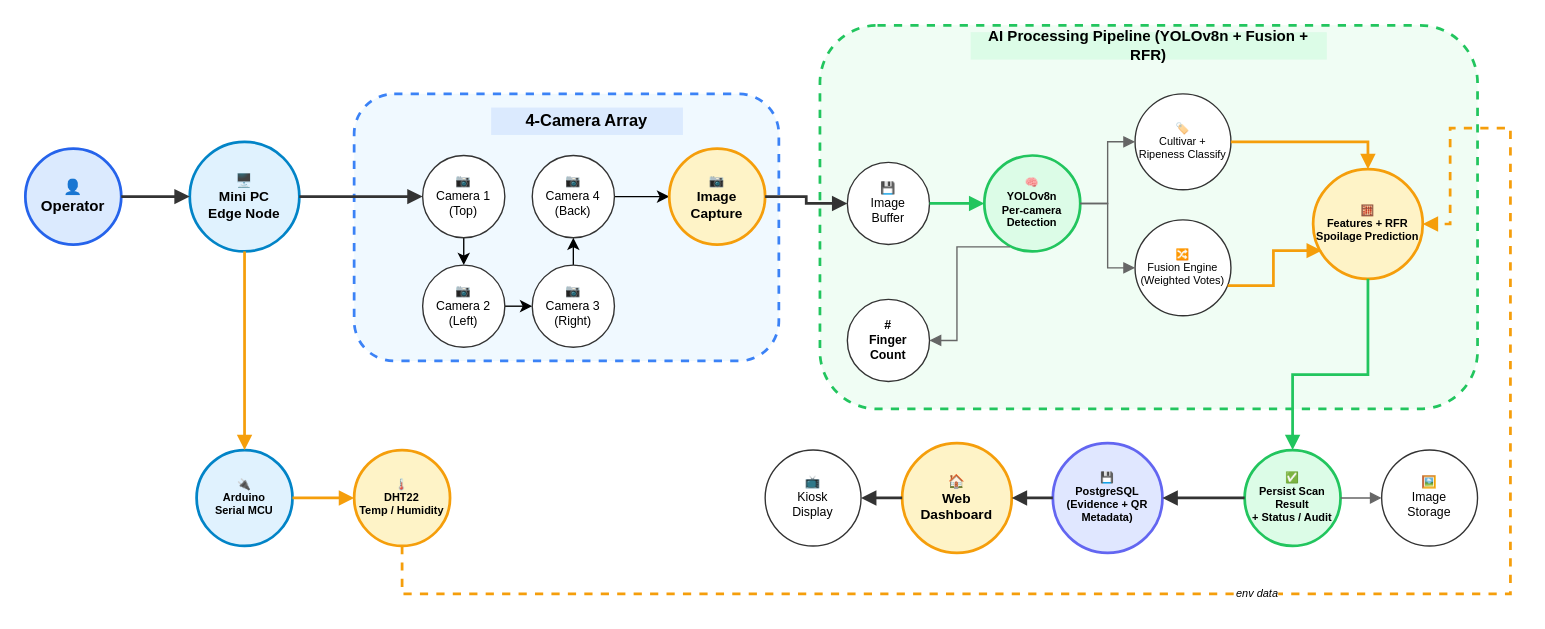
The draw.io diagram docs/bananavision-docs/docs/workflows/workflow_iot.drawio in BlackShark404/BananaVision, before the edit. Source tidied: cells renumbered, new cells numbered last; positions are measured from the earlier drawing's top-left corner, leaving out a move shared by most shapes. Both pictures are drawn from the tidied source at 137%, with x=0, y=0 at pixel (25, 25).
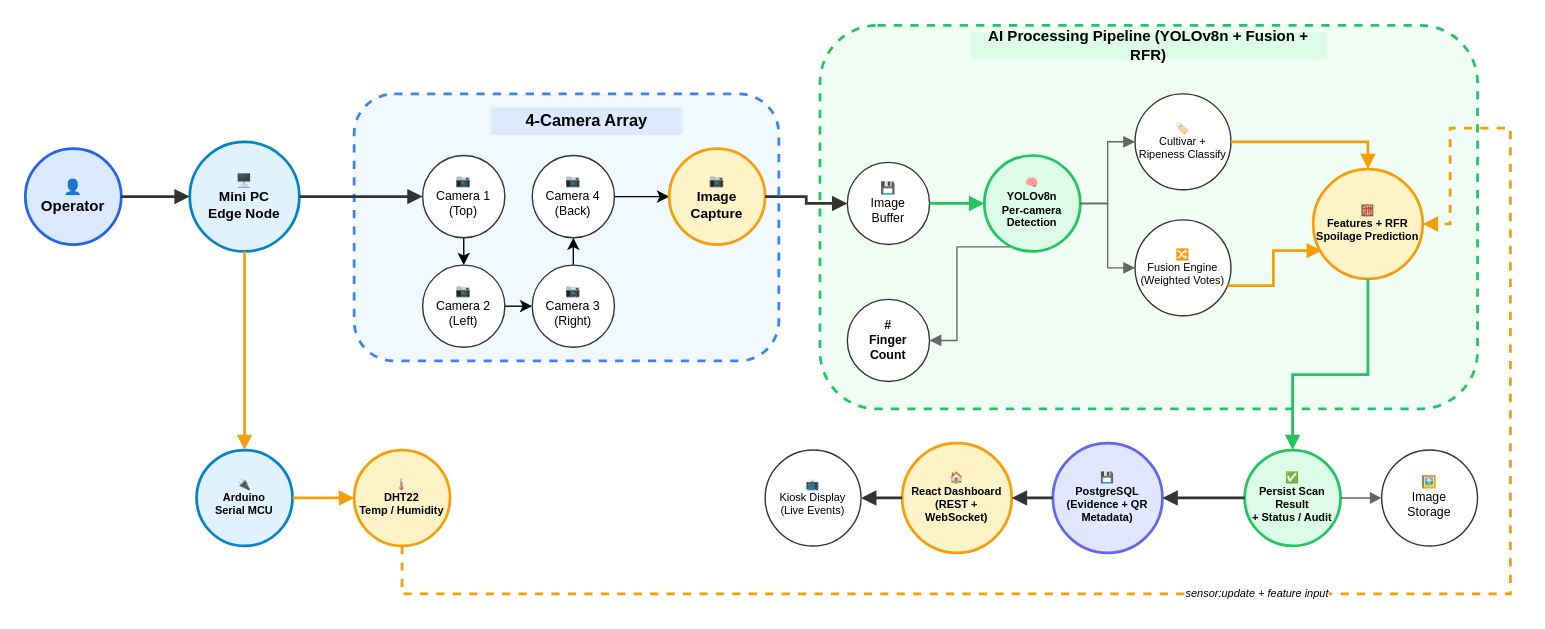
After the change.

Commit message (it also covers changes not shown here):
Refresh BananaVision workflow docs

The change refers to these unchanged cells:
```xml
<mxCell id="22" value="🧮&lt;br&gt;Features + RFR&lt;br&gt;Spoilage Prediction" style="ellipse;whiteSpace=wrap;html=1;fillColor=#fef3c7;strokeColor=#f59e0b;strokeWidth=2;fontSize=8;fontStyle=1;" parent="1" vertex="1">
  <mxGeometry x="940" y="105" width="80" height="80" as="geometry" />
</mxCell>
<mxCell id="29" value="🌡️&lt;br&gt;DHT22&lt;br&gt;Temp / Humidity" style="ellipse;whiteSpace=wrap;html=1;fillColor=#fef3c7;strokeColor=#f59e0b;strokeWidth=2;fontSize=8;fontStyle=1;" parent="1" vertex="1">
  <mxGeometry x="240" y="310" width="70" height="70" as="geometry" />
</mxCell>
```

What changed in the source:
```diff
@@
-    <mxCell id="26" value="🏠&lt;br&gt;Web&lt;br&gt;Dashboard" style="ellipse;whiteSpace=wrap;html=1;fillColor=#fef3c7;strokeColor=#f59e0b;strokeWidth=2;fontSize=10;fontStyle=1;" parent="1" vertex="1">
+    <mxCell id="26" value="🏠&lt;br&gt;React Dashboard&lt;br&gt;(REST + WebSocket)" style="ellipse;whiteSpace=wrap;html=1;fillColor=#fef3c7;strokeColor=#f59e0b;strokeWidth=2;fontSize=8;fontStyle=1;" parent="1" vertex="1">
       <mxGeometry x="640" y="305" width="80" height="80" as="geometry" />
     </mxCell>
-    <mxCell id="27" value="📺&lt;br&gt;Kiosk&lt;br&gt;Display" style="ellipse;whiteSpace=wrap;html=1;fillColor=#ffffff;strokeColor=#333333;strokeWidth=1;fontSize=9;" parent="1" vertex="1">
+    <mxCell id="27" value="📺&lt;br&gt;Kiosk Display&lt;br&gt;(Live Events)" style="ellipse;whiteSpace=wrap;html=1;fillColor=#ffffff;strokeColor=#333333;strokeWidth=1;fontSize=8;" parent="1" vertex="1">
       <mxGeometry x="540" y="310" width="70" height="70" as="geometry" />
     </mxCell>
@@
-    <mxCell id="46" value="env data" style="edgeStyle=orthogonalEdgeStyle;rounded=0;jettySize=auto;html=1;strokeWidth=2;strokeColor=#f59e0b;endArrow=block;endFill=1;dashed=1;fontSize=8;fontStyle=2;exitX=0.5;exitY=1;exitDx=0;exitDy=0;entryX=1;entryY=0.5;entryDx=0;entryDy=0;" parent="1" edge="1" source="29" target="22">
+    <mxCell id="46" value="sensor:update + feature input" style="edgeStyle=orthogonalEdgeStyle;rounded=0;jettySize=auto;html=1;strokeWidth=2;strokeColor=#f59e0b;endArrow=block;endFill=1;dashed=1;fontSize=8;fontStyle=2;exitX=0.5;exitY=1;exitDx=0;exitDy=0;entryX=1;entryY=0.5;entryDx=0;entryDy=0;" parent="1" edge="1" source="29" target="22">
       <mxGeometry relative="1" as="geometry">
         <Array as="points">
           <mxPoint x="275" y="415" />
           <mxPoint x="1084" y="415" />
           <mxPoint x="1084" y="75" />
           <mxPoint x="1040" y="75" />
           <mxPoint x="1040" y="145" />
         </Array>
       </mxGeometry>
     </mxCell>
```
